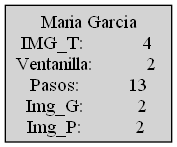
Above: Proyecto/cliente.dot.png in Serrano18/EDD_PROYECTO_202201989 (Graphviz), before the change. Its source is kept beside it as Proyecto/cliente.dot. Source of this version:
```dot
 digraph colac {
     node [shape=box, style=filled];
 rankdir = LR;
      "Node           3 " [label="Maria Garcia\nIMG_T:            4 \nVentanilla:           2 \n Pasos:          13 \nImg_G:           2 \nImg_P:           2 ", shape=box];
 }
```
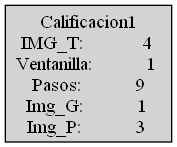
Later version of the same file.

Change to the diagram source:
```diff
@@ -1,5 +1,5 @@
  digraph colac {
      node [shape=box, style=filled];
  rankdir = LR;
-      "Node           3 " [label="Maria Garcia\nIMG_T:            4 \nVentanilla:           2 \n Pasos:          13 \nImg_G:           2 \nImg_P:           2 ", shape=box];
+      "Node           1 " [label="Calificacion1\nIMG_T:            4 \nVentanilla:           1 \n Pasos:           9 \nImg_G:           1 \nImg_P:           3 ", shape=box];
  }
```
